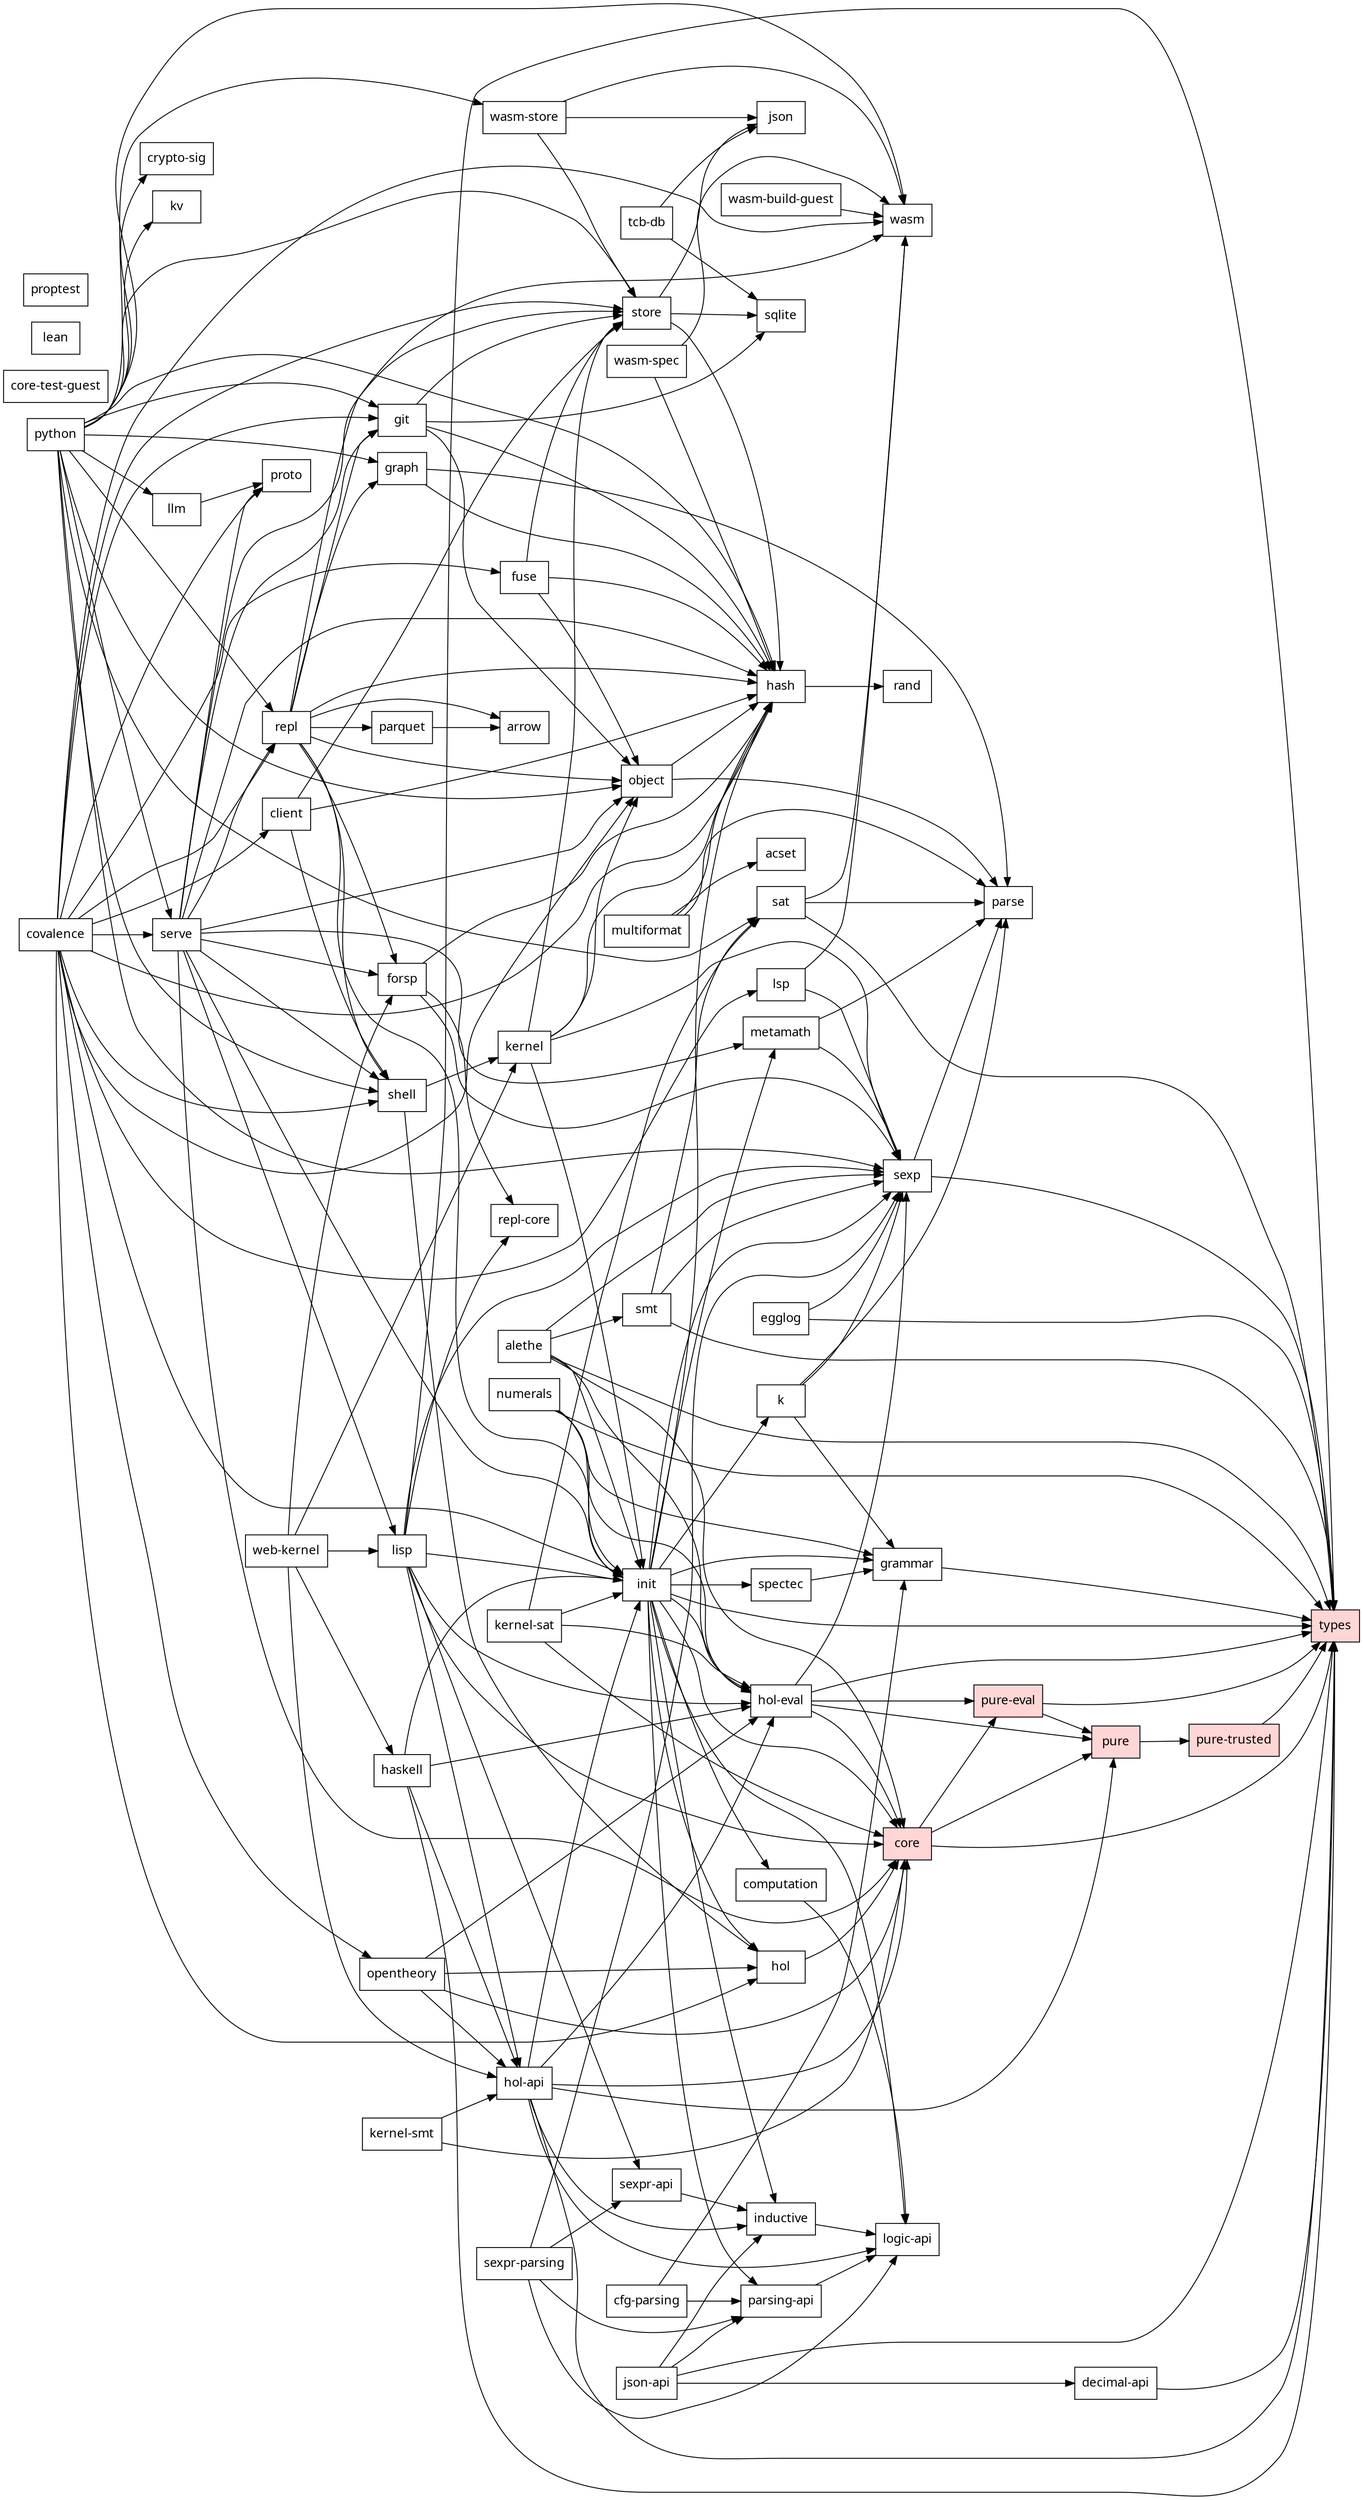
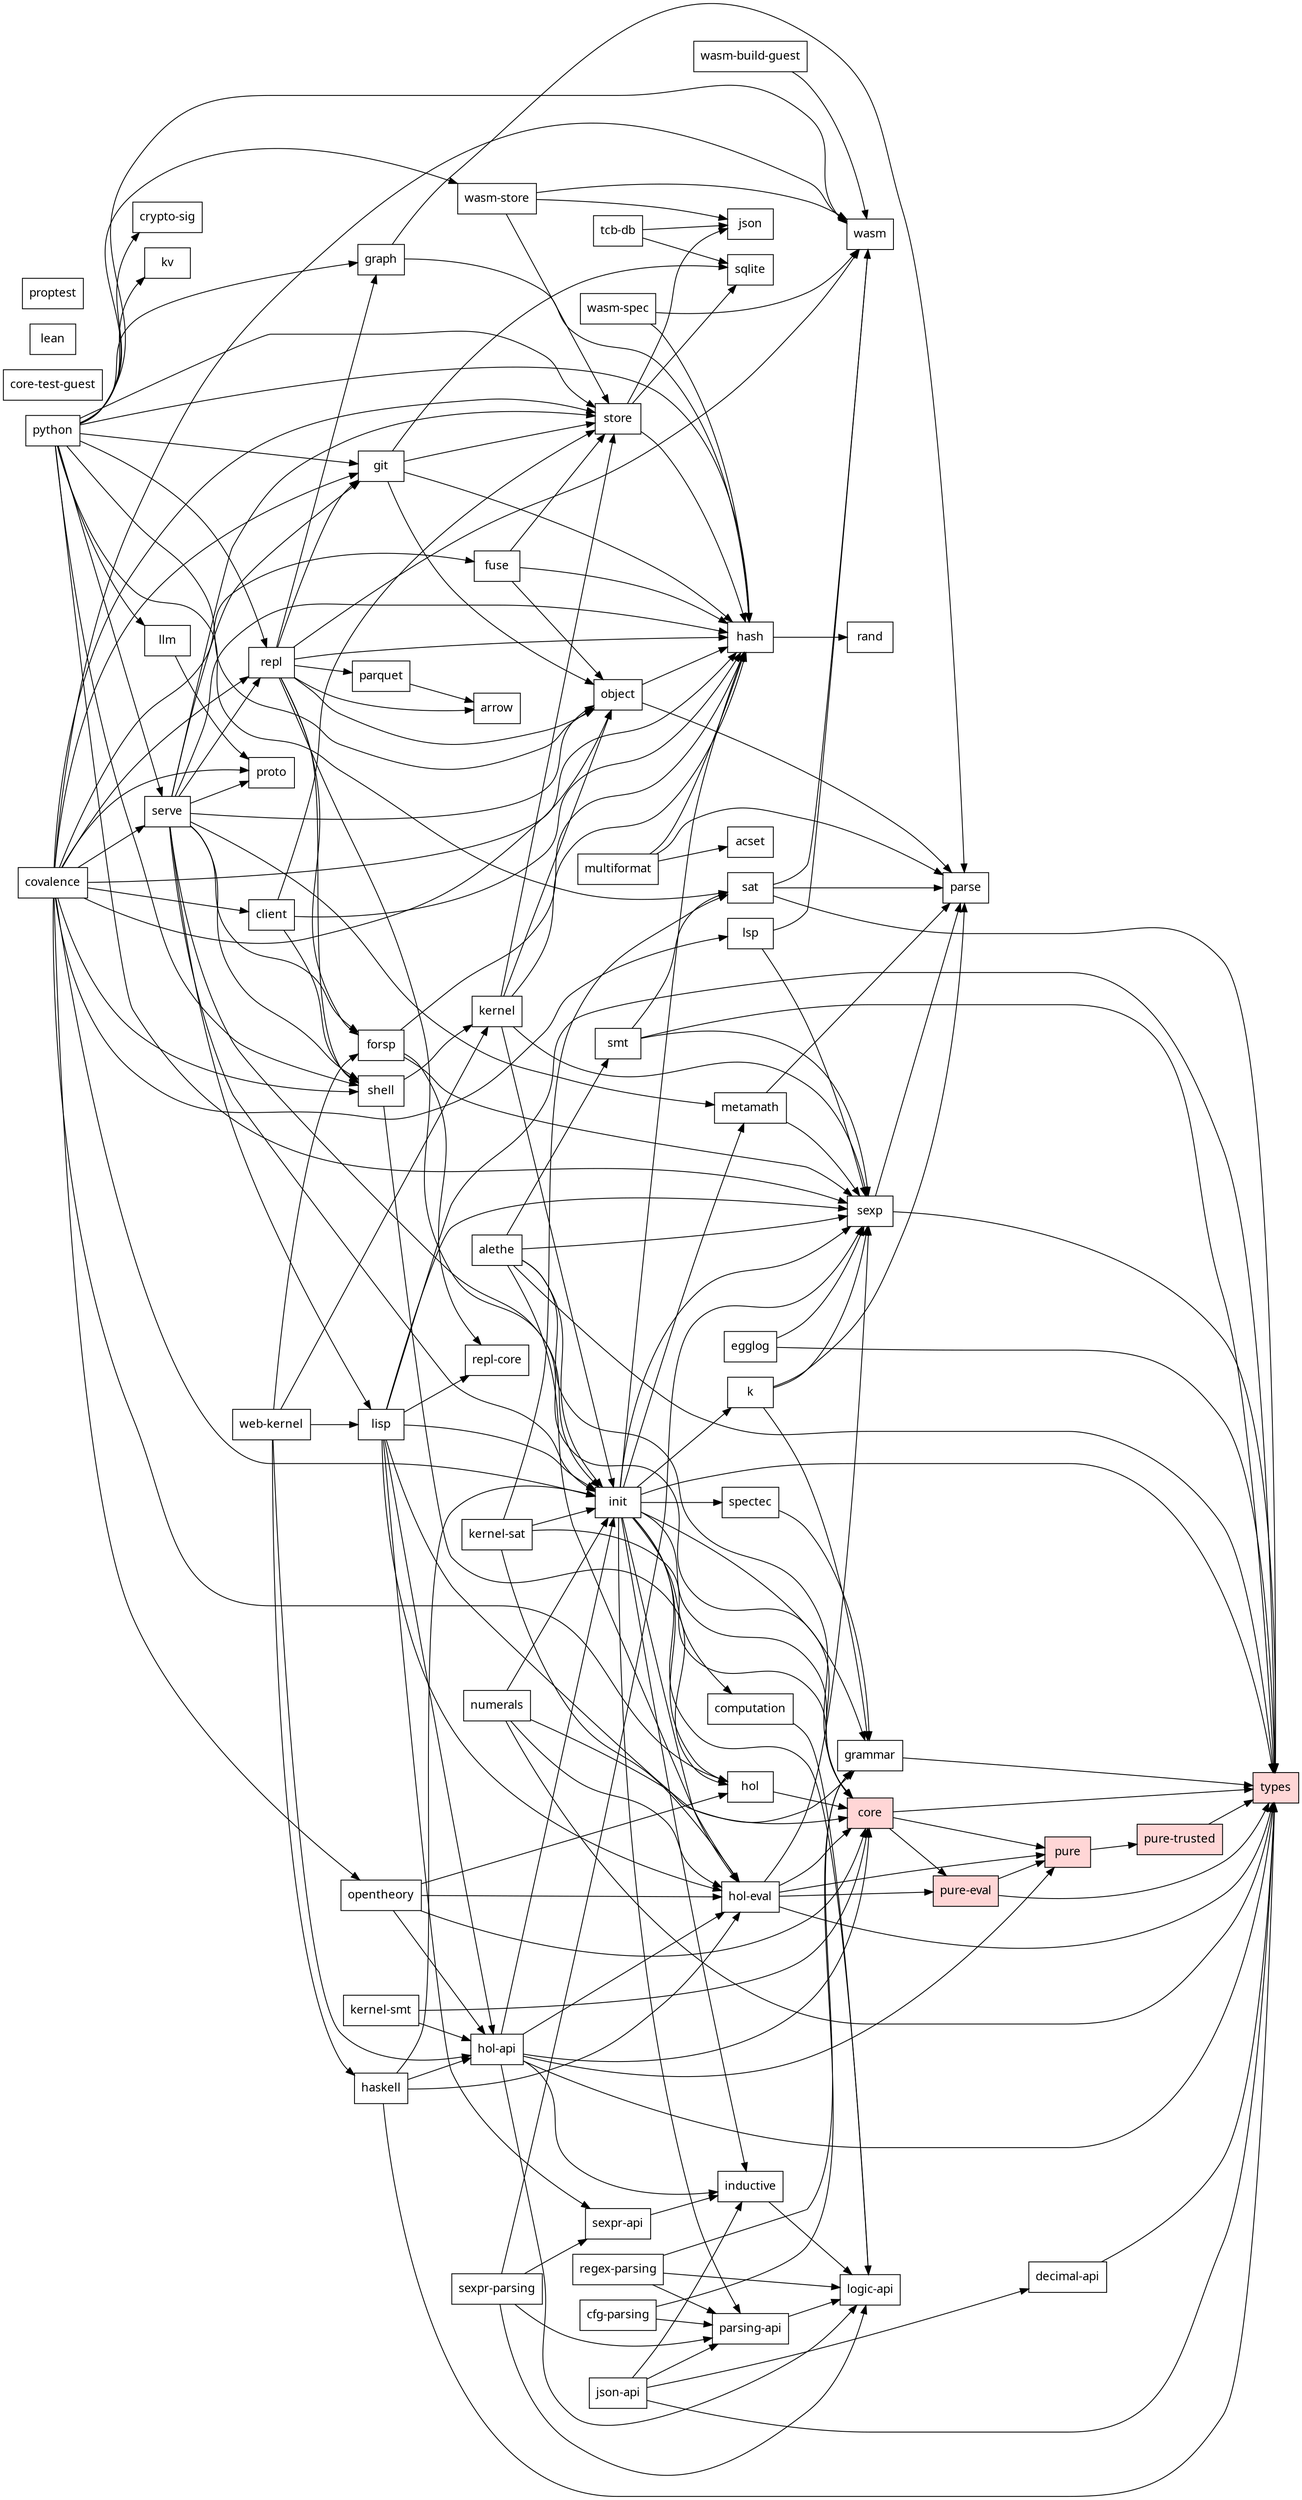
// Generated by scripts/dep-graph.mjs — do not edit (run `bun run deps`).
digraph deps {
  rankdir=LR;
  node [shape=box, fontname="sans-serif"];
  "covalence";
  "acset";
  "alethe";
  "arrow";
  "cfg-parsing";
  "client";
  "computation";
  "core" [style=filled, fillcolor="#ffd6d6"];
  "core-test-guest";
  "crypto-sig";
  "decimal-api";
  "egglog";
  "forsp";
  "fuse";
  "git";
  "grammar";
  "graph";
  "hash";
  "haskell";
  "hol";
  "hol-api";
  "hol-eval";
  "inductive";
  "init";
  "json";
  "json-api";
  "k";
  "kernel";
  "kernel-sat";
  "kernel-smt";
  "kv";
  "lean";
  "lisp";
  "llm";
  "logic-api";
  "lsp";
  "metamath";
  "multiformat";
  "numerals";
  "object";
  "opentheory";
  "parquet";
  "parse";
  "parsing-api";
  "proptest";
  "proto";
  "pure" [style=filled, fillcolor="#ffd6d6"];
  "pure-eval" [style=filled, fillcolor="#ffd6d6"];
  "pure-trusted" [style=filled, fillcolor="#ffd6d6"];
  "python";
  "rand";
+   "regex-parsing";
  "repl";
  "repl-core";
  "sat";
  "serve";
  "sexp";
  "sexpr-api";
  "sexpr-parsing";
  "shell";
  "smt";
  "spectec";
  "sqlite";
  "store";
  "tcb-db";
  "types" [style=filled, fillcolor="#ffd6d6"];
  "wasm";
  "wasm-build-guest";
  "wasm-spec";
  "wasm-store";
  "web-kernel";
  "covalence" -> "client";
  "covalence" -> "fuse";
  "covalence" -> "git";
  "covalence" -> "hash";
  "covalence" -> "hol";
  "covalence" -> "init";
  "covalence" -> "lsp";
  "covalence" -> "object";
  "covalence" -> "opentheory";
  "covalence" -> "proto";
  "covalence" -> "repl";
  "covalence" -> "serve";
  "covalence" -> "shell";
  "covalence" -> "store";
  "covalence" -> "wasm";
  "alethe" -> "core";
  "alethe" -> "hol-eval";
  "alethe" -> "init";
  "alethe" -> "sexp";
  "alethe" -> "smt";
  "alethe" -> "types";
  "cfg-parsing" -> "grammar";
  "cfg-parsing" -> "parsing-api";
  "client" -> "hash";
  "client" -> "shell";
  "client" -> "store";
  "computation" -> "logic-api";
  "core" -> "pure";
  "core" -> "pure-eval";
  "core" -> "types";
  "decimal-api" -> "types";
  "egglog" -> "sexp";
  "egglog" -> "types";
  "forsp" -> "hash";
  "forsp" -> "repl-core";
  "forsp" -> "sexp";
  "fuse" -> "hash";
  "fuse" -> "object";
  "fuse" -> "store";
  "git" -> "hash";
  "git" -> "object";
  "git" -> "sqlite";
  "git" -> "store";
  "grammar" -> "types";
  "graph" -> "hash";
  "graph" -> "parse";
  "hash" -> "rand";
  "haskell" -> "hol-api";
  "haskell" -> "hol-eval";
  "haskell" -> "init";
  "haskell" -> "types";
  "hol" -> "core";
  "hol-api" -> "core";
  "hol-api" -> "hol-eval";
  "hol-api" -> "inductive";
  "hol-api" -> "init";
  "hol-api" -> "logic-api";
  "hol-api" -> "pure";
  "hol-api" -> "types";
  "hol-eval" -> "core";
  "hol-eval" -> "pure";
  "hol-eval" -> "pure-eval";
  "hol-eval" -> "sexp";
  "hol-eval" -> "types";
  "inductive" -> "logic-api";
  "init" -> "computation";
  "init" -> "core";
  "init" -> "grammar";
  "init" -> "hash";
  "init" -> "hol";
  "init" -> "hol-eval";
  "init" -> "inductive";
  "init" -> "k";
  "init" -> "logic-api";
  "init" -> "metamath";
  "init" -> "parsing-api";
  "init" -> "sexp";
  "init" -> "spectec";
  "init" -> "types";
  "json-api" -> "decimal-api";
  "json-api" -> "inductive";
  "json-api" -> "parsing-api";
  "json-api" -> "types";
  "k" -> "grammar";
  "k" -> "parse";
  "k" -> "sexp";
  "kernel" -> "hash";
  "kernel" -> "init";
  "kernel" -> "object";
  "kernel" -> "sexp";
  "kernel" -> "store";
  "kernel-sat" -> "core";
  "kernel-sat" -> "hol-eval";
  "kernel-sat" -> "init";
  "kernel-sat" -> "sat";
  "kernel-smt" -> "core";
  "kernel-smt" -> "hol-api";
  "lisp" -> "core";
  "lisp" -> "hol-api";
  "lisp" -> "hol-eval";
  "lisp" -> "init";
  "lisp" -> "repl-core";
  "lisp" -> "sexp";
  "lisp" -> "sexpr-api";
  "lisp" -> "types";
  "llm" -> "proto";
  "lsp" -> "sexp";
  "lsp" -> "wasm";
  "metamath" -> "parse";
  "metamath" -> "sexp";
  "multiformat" -> "acset";
  "multiformat" -> "hash";
  "multiformat" -> "parse";
  "numerals" -> "grammar";
  "numerals" -> "hol-eval";
  "numerals" -> "init";
  "numerals" -> "types";
  "object" -> "hash";
  "object" -> "parse";
  "opentheory" -> "core";
  "opentheory" -> "hol";
  "opentheory" -> "hol-api";
  "opentheory" -> "hol-eval";
  "parquet" -> "arrow";
  "parsing-api" -> "logic-api";
  "pure" -> "pure-trusted";
  "pure-eval" -> "pure";
  "pure-eval" -> "types";
  "pure-trusted" -> "types";
  "python" -> "crypto-sig";
  "python" -> "git";
  "python" -> "graph";
  "python" -> "hash";
  "python" -> "kv";
  "python" -> "llm";
  "python" -> "object";
  "python" -> "repl";
  "python" -> "sat";
  "python" -> "serve";
  "python" -> "sexp";
  "python" -> "shell";
  "python" -> "store";
  "python" -> "wasm";
  "python" -> "wasm-store";
+   "regex-parsing" -> "grammar";
+   "regex-parsing" -> "logic-api";
+   "regex-parsing" -> "parsing-api";
  "repl" -> "arrow";
  "repl" -> "forsp";
  "repl" -> "git";
  "repl" -> "graph";
  "repl" -> "hash";
  "repl" -> "init";
  "repl" -> "object";
  "repl" -> "parquet";
  "repl" -> "shell";
  "repl" -> "wasm";
  "sat" -> "parse";
  "sat" -> "types";
  "sat" -> "wasm";
  "serve" -> "core";
  "serve" -> "forsp";
  "serve" -> "git";
  "serve" -> "hash";
  "serve" -> "init";
  "serve" -> "lisp";
  "serve" -> "metamath";
  "serve" -> "object";
  "serve" -> "proto";
  "serve" -> "repl";
  "serve" -> "shell";
  "serve" -> "store";
  "sexp" -> "parse";
  "sexp" -> "types";
  "sexpr-api" -> "inductive";
  "sexpr-parsing" -> "logic-api";
  "sexpr-parsing" -> "parsing-api";
  "sexpr-parsing" -> "sexp";
  "sexpr-parsing" -> "sexpr-api";
  "shell" -> "hol";
  "shell" -> "kernel";
  "smt" -> "sat";
  "smt" -> "sexp";
  "smt" -> "types";
  "spectec" -> "grammar";
  "store" -> "hash";
  "store" -> "json";
  "store" -> "sqlite";
  "tcb-db" -> "json";
  "tcb-db" -> "sqlite";
  "wasm-build-guest" -> "wasm";
  "wasm-spec" -> "hash";
  "wasm-spec" -> "wasm";
  "wasm-store" -> "json";
  "wasm-store" -> "store";
  "wasm-store" -> "wasm";
  "web-kernel" -> "forsp";
  "web-kernel" -> "haskell";
  "web-kernel" -> "hol-api";
  "web-kernel" -> "kernel";
  "web-kernel" -> "lisp";
}
